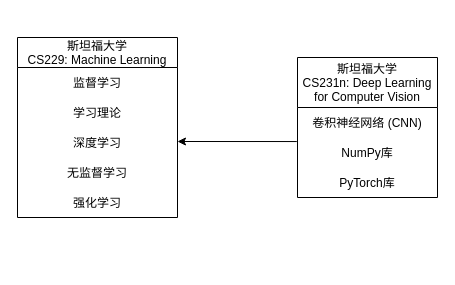
zhiyuan5986/draw_io keeps this draw.io diagram as draw/实验室实践1.drawio. Above is the earlier version. Source tidied: cells renumbered, new cells numbered last; positions are measured from the earlier drawing's top-left corner, leaving out a move shared by most shapes. Both pictures are drawn from the tidied source at 100%, with x=0, y=0 at pixel (17, 37).
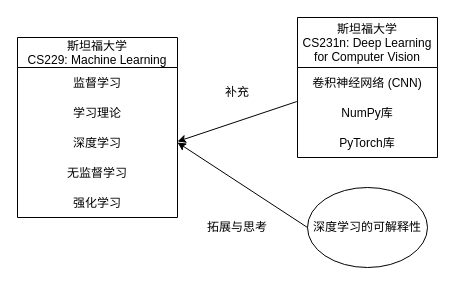
The same diagram, later.

Commit message (it also covers changes not shown here):
更新实验室实践1.drawio

The edit, as a diff of the source:
```diff
@@
 <mxGraphModel>
   <root>
     <mxCell id="0" />
     <mxCell id="1" parent="0" />
     <mxCell id="2" value="斯坦福大学&#10;CS229: Machine Learning" style="swimlane;fontStyle=0;horizontal=1;startSize=30;" parent="1" vertex="1">
       <mxGeometry width="160" height="180" as="geometry" />
     </mxCell>
     <mxCell id="3" value="监督学习" style="text;strokeColor=none;fillColor=none;align=center;verticalAlign=middle;spacingLeft=4;spacingRight=4;overflow=hidden;" parent="2" vertex="1">
       <mxGeometry y="30" width="160" height="30" as="geometry" />
     </mxCell>
     <mxCell id="4" value="学习理论" style="text;strokeColor=none;fillColor=none;align=center;verticalAlign=middle;spacingLeft=4;spacingRight=4;overflow=hidden;" parent="2" vertex="1">
       <mxGeometry y="60" width="160" height="30" as="geometry" />
     </mxCell>
     <mxCell id="5" value="深度学习" style="text;strokeColor=none;fillColor=none;align=center;verticalAlign=middle;spacingLeft=4;spacingRight=4;overflow=hidden;points=[[0,0.5],[1,0.5]];portConstraint=eastwest;" parent="2" vertex="1">
       <mxGeometry y="90" width="160" height="30" as="geometry" />
     </mxCell>
     <mxCell id="6" value="无监督学习" style="text;strokeColor=none;fillColor=none;align=center;verticalAlign=middle;spacingLeft=4;spacingRight=4;overflow=hidden;" parent="2" vertex="1">
       <mxGeometry y="120" width="160" height="30" as="geometry" />
     </mxCell>
     <mxCell id="7" value="强化学习" style="text;strokeColor=none;fillColor=none;align=center;verticalAlign=middle;spacingLeft=4;spacingRight=4;overflow=hidden;" parent="2" vertex="1">
       <mxGeometry y="150" width="160" height="30" as="geometry" />
     </mxCell>
     <mxCell id="8" value="斯坦福大学&#10;CS231n: Deep Learning &#10;for Computer Vision" style="swimlane;fontStyle=0;horizontal=1;startSize=50;" parent="1" vertex="1">
-      <mxGeometry x="280" y="20" width="140" height="140" as="geometry" />
+      <mxGeometry x="280" y="-20" width="140" height="140" as="geometry" />
     </mxCell>
     <mxCell id="9" value="卷积神经网络 (CNN)" style="text;strokeColor=none;fillColor=none;align=center;verticalAlign=middle;spacingLeft=4;spacingRight=4;overflow=hidden;" parent="8" vertex="1">
       <mxGeometry y="50" width="140" height="30" as="geometry" />
     </mxCell>
     <mxCell id="10" value="NumPy库" style="text;strokeColor=none;fillColor=none;align=center;verticalAlign=middle;spacingLeft=4;spacingRight=4;overflow=hidden;points=[[0,0.5],[1,0.5]];portConstraint=eastwest;" parent="8" vertex="1">
       <mxGeometry y="80" width="140" height="30" as="geometry" />
     </mxCell>
     <mxCell id="11" value="PyTorch库" style="text;strokeColor=none;fillColor=none;align=center;verticalAlign=middle;spacingLeft=4;spacingRight=4;overflow=hidden;" parent="8" vertex="1">
       <mxGeometry y="110" width="140" height="30" as="geometry" />
     </mxCell>
     <mxCell id="12" style="endArrow=classic;html=1;rounded=0;exitX=-0.005;exitY=0.135;exitDx=0;exitDy=0;exitPerimeter=0;" parent="1" edge="1" source="10">
       <mxGeometry relative="1" as="geometry">
         <mxPoint x="160" y="104" as="targetPoint" />
       </mxGeometry>
     </mxCell>
+    <mxCell id="13" value="补充" style="text;html=1;strokeColor=none;fillColor=none;align=center;verticalAlign=middle;whiteSpace=wrap;rounded=0;" parent="1" vertex="1">
+      <mxGeometry x="190" y="40" width="60" height="30" as="geometry" />
+    </mxCell>
+    <mxCell id="14" value="深度学习的可解释性" style="ellipse;whiteSpace=wrap;html=1;" parent="1" vertex="1">
+      <mxGeometry x="290" y="150" width="120" height="80" as="geometry" />
+    </mxCell>
+    <mxCell id="15" style="endArrow=classic;html=1;rounded=0;exitX=0;exitY=0.5;exitDx=0;exitDy=0;entryX=1;entryY=0.5;entryDx=0;entryDy=0;" parent="1" edge="1" source="14" target="5">
+      <mxGeometry relative="1" as="geometry" />
+    </mxCell>
+    <mxCell id="16" value="拓展与思考" style="text;html=1;strokeColor=none;fillColor=none;align=center;verticalAlign=middle;whiteSpace=wrap;rounded=0;" parent="1" vertex="1">
+      <mxGeometry x="185" y="175" width="70" height="30" as="geometry" />
+    </mxCell>
   </root>
 </mxGraphModel>
```
